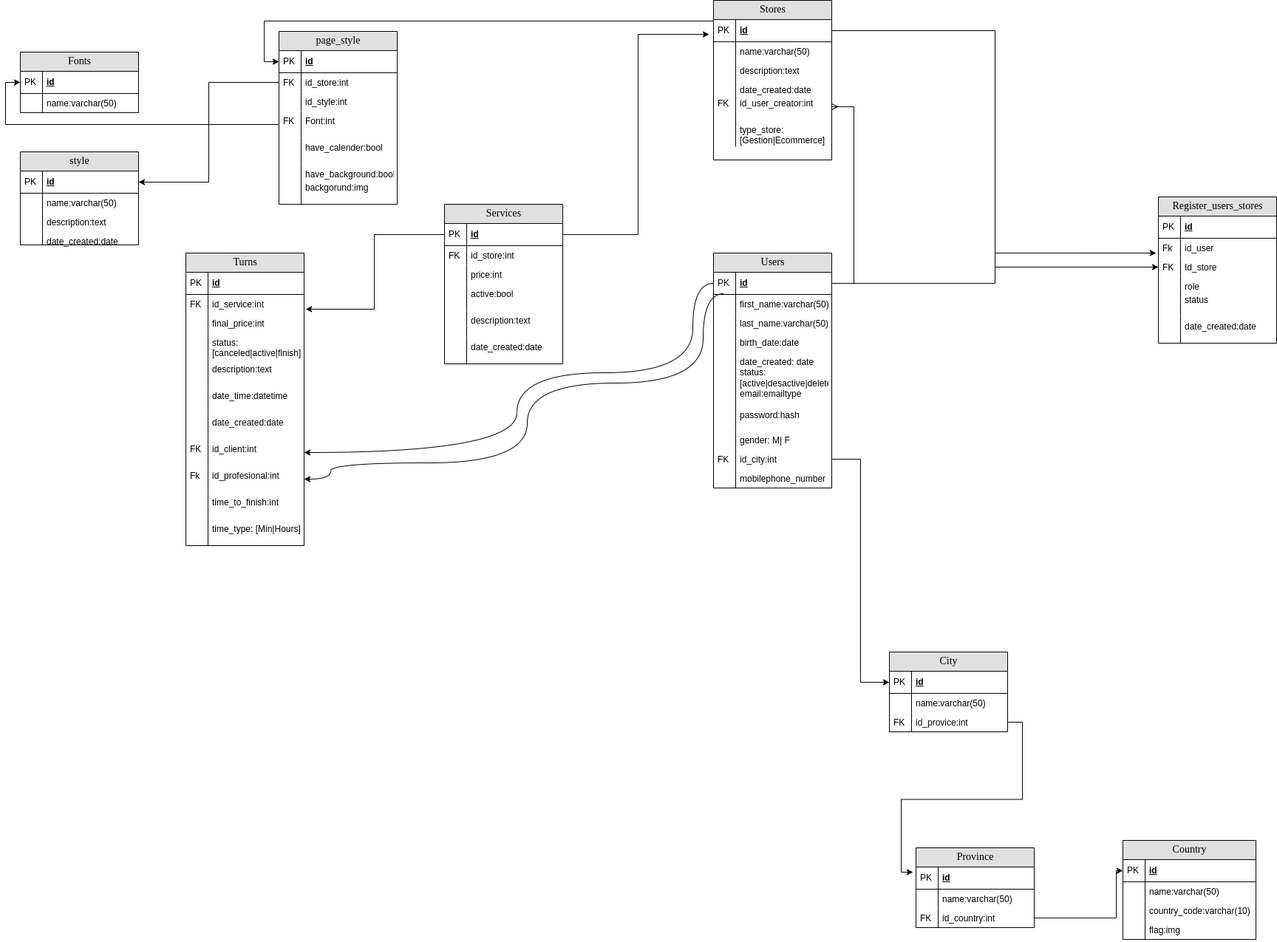
Before: Untitled Diagram.drawio.png, a diagram exported from draw.io (facundoarguello/santwuald_backend). Source tidied: cells renumbered, new cells last; positions are measured from the earlier drawing's top-left corner, leaving out a move shared by most shapes.
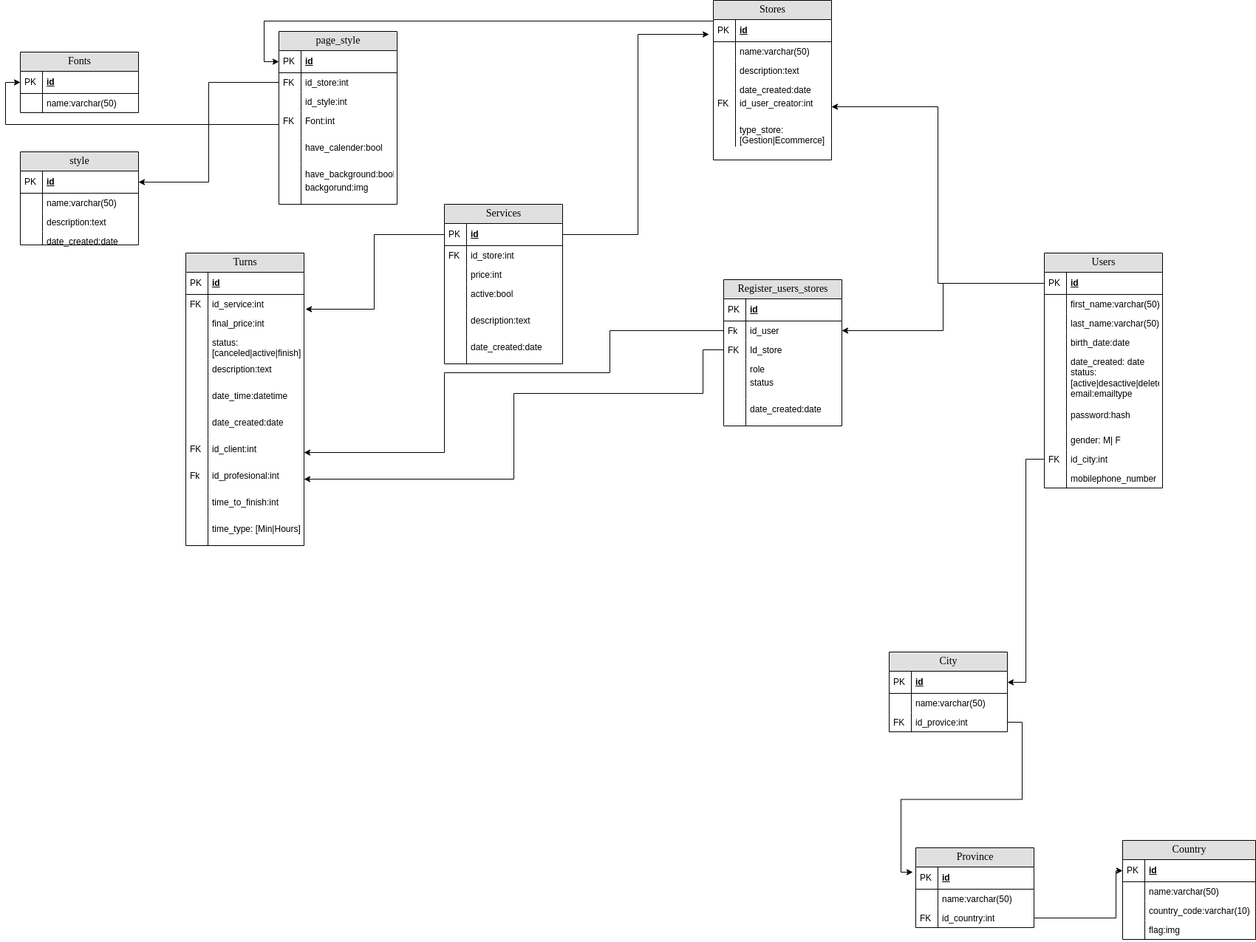
The same file after the commit.

The edit, as a diff of the source:
```diff
@@ -3,7 +3,7 @@
     <mxCell id="0" />
     <mxCell id="1" parent="0" />
     <mxCell id="2" value="Users" style="swimlane;html=1;fontStyle=0;horizontal=1;startSize=26;fillColor=#e0e0e0;swimlaneFillColor=#ffffff;align=center;rounded=0;shadow=0;comic=0;labelBackgroundColor=none;strokeWidth=1;fontFamily=Verdana;fontSize=14;" parent="1" vertex="1">
-      <mxGeometry x="938" y="342" width="160" height="318" as="geometry" />
+      <mxGeometry x="1386" y="342" width="160" height="318" as="geometry" />
     </mxCell>
     <mxCell id="3" value="id" style="shape=partialRectangle;top=0;left=0;right=0;bottom=1;html=1;align=left;verticalAlign=middle;fillColor=none;spacingLeft=34;spacingRight=4;whiteSpace=wrap;overflow=hidden;points=[[0,0.5],[1,0.5]];portConstraint=eastwest;fontStyle=5;" parent="2" vertex="1">
       <mxGeometry y="26" width="160" height="30" as="geometry" />
@@ -175,9 +175,6 @@
     <mxCell id="57" style="shape=partialRectangle;top=0;left=0;bottom=0;html=1;fillColor=none;align=left;verticalAlign=top;spacingLeft=4;spacingRight=4;whiteSpace=wrap;overflow=hidden;" parent="56" vertex="1">
       <mxGeometry width="30" height="36" as="geometry" />
     </mxCell>
-    <mxCell id="58" style="edgeStyle=entityRelationEdgeStyle;rounded=0;jettySize=auto;html=1;exitX=1;exitY=0.5;exitDx=0;exitDy=0;endArrow=ERmany;endFill=0;" parent="1" edge="1" source="3" target="54">
-      <mxGeometry relative="1" as="geometry" />
-    </mxCell>
     <mxCell id="59" value="style" style="swimlane;html=1;fontStyle=0;horizontal=1;startSize=26;fillColor=#e0e0e0;swimlaneFillColor=#ffffff;align=center;rounded=0;shadow=0;comic=0;labelBackgroundColor=none;strokeWidth=1;fontFamily=Verdana;fontSize=14;" parent="1" vertex="1">
       <mxGeometry y="205" width="160" height="126" as="geometry" />
     </mxCell>
@@ -279,7 +276,7 @@
       </mxGeometry>
     </mxCell>
     <mxCell id="90" value="Register_users_stores" style="swimlane;html=1;fontStyle=0;horizontal=1;startSize=26;fillColor=#e0e0e0;swimlaneFillColor=#ffffff;align=center;rounded=0;shadow=0;comic=0;labelBackgroundColor=none;strokeWidth=1;fontFamily=Verdana;fontSize=14;" parent="1" vertex="1">
-      <mxGeometry x="1540" y="266" width="160" height="198" as="geometry" />
+      <mxGeometry x="952" y="378" width="160" height="198" as="geometry" />
     </mxCell>
     <mxCell id="91" value="id" style="shape=partialRectangle;top=0;left=0;right=0;bottom=1;html=1;align=left;verticalAlign=middle;fillColor=none;spacingLeft=34;spacingRight=4;whiteSpace=wrap;overflow=hidden;fontStyle=5;" parent="90" vertex="1">
       <mxGeometry y="26" width="160" height="30" as="geometry" />
@@ -317,12 +314,9 @@
     <mxCell id="102" style="shape=partialRectangle;top=0;left=0;bottom=0;html=1;fillColor=none;align=left;verticalAlign=top;spacingLeft=4;spacingRight=4;whiteSpace=wrap;overflow=hidden;" parent="101" vertex="1">
       <mxGeometry width="30" height="36" as="geometry" />
     </mxCell>
-    <mxCell id="103" style="edgeStyle=orthogonalEdgeStyle;rounded=0;jettySize=auto;html=1;entryX=-0.019;entryY=0.769;entryDx=0;entryDy=0;entryPerimeter=0;" parent="1" edge="1" source="3" target="93">
+    <mxCell id="103" style="edgeStyle=orthogonalEdgeStyle;rounded=0;jettySize=auto;html=1;entryX=1;entryY=0.5;entryDx=0;entryDy=0;" parent="1" edge="1" source="3" target="93">
       <mxGeometry relative="1" as="geometry" />
     </mxCell>
-    <mxCell id="104" style="edgeStyle=orthogonalEdgeStyle;rounded=0;jettySize=auto;html=1;entryX=0;entryY=0.5;entryDx=0;entryDy=0;" parent="1" edge="1" source="46" target="95">
-      <mxGeometry relative="1" as="geometry" />
-    </mxCell>
     <mxCell id="105" style="edgeStyle=orthogonalEdgeStyle;rounded=0;jettySize=auto;html=1;entryX=1;entryY=0.5;entryDx=0;entryDy=0;" parent="1" edge="1" source="71" target="60">
       <mxGeometry relative="1" as="geometry" />
     </mxCell>
@@ -440,28 +434,28 @@
     <mxCell id="143" style="edgeStyle=orthogonalEdgeStyle;rounded=0;jettySize=auto;html=1;entryX=1.013;entryY=0.769;entryDx=0;entryDy=0;entryPerimeter=0;" parent="1" edge="1" source="107" target="123">
       <mxGeometry relative="1" as="geometry" />
     </mxCell>
-    <mxCell id="144" style="edgeStyle=orthogonalEdgeStyle;rounded=0;jettySize=auto;html=1;entryX=1;entryY=0.5;entryDx=0;entryDy=0;curved=1;exitX=0;exitY=0.5;exitDx=0;exitDy=0;" parent="1" edge="1" source="3" target="135">
-      <mxGeometry relative="1" as="geometry">
-        <Array as="points">
-          <mxPoint x="910" y="383" />
-          <mxPoint x="910" y="504" />
-          <mxPoint x="672" y="504" />
-          <mxPoint x="672" y="612" />
-        </Array>
-      </mxGeometry>
-    </mxCell>
-    <mxCell id="145" style="edgeStyle=orthogonalEdgeStyle;rounded=0;jettySize=auto;html=1;curved=1;exitX=0;exitY=0.5;exitDx=0;exitDy=0;entryX=1;entryY=0.5;entryDx=0;entryDy=0;" parent="1" edge="1" target="137">
-      <mxGeometry relative="1" as="geometry">
-        <mxPoint x="952" y="397" as="sourcePoint" />
-        <Array as="points">
-          <mxPoint x="924" y="397" />
-          <mxPoint x="924" y="518" />
-          <mxPoint x="686" y="518" />
-          <mxPoint x="686" y="626" />
-          <mxPoint x="420" y="626" />
-          <mxPoint x="420" y="648" />
-        </Array>
-      </mxGeometry>
-    </mxCell>
+    <mxCell id="58" style="edgeStyle=orthogonalEdgeStyle;rounded=0;jettySize=auto;html=1;" parent="1" edge="1" source="3" target="54">
+      <mxGeometry relative="1" as="geometry" />
+    </mxCell>
+    <mxCell id="146" style="edgeStyle=orthogonalEdgeStyle;rounded=0;jettySize=auto;html=1;" parent="1" edge="1" source="93" target="135">
+      <mxGeometry relative="1" as="geometry">
+        <Array as="points">
+          <mxPoint x="798" y="447" />
+          <mxPoint x="798" y="504" />
+          <mxPoint x="574" y="504" />
+          <mxPoint x="574" y="612" />
+        </Array>
+      </mxGeometry>
+    </mxCell>
+    <mxCell id="147" style="edgeStyle=orthogonalEdgeStyle;rounded=0;jettySize=auto;html=1;" parent="1" edge="1" source="95" target="137">
+      <mxGeometry relative="1" as="geometry">
+        <Array as="points">
+          <mxPoint x="924" y="473" />
+          <mxPoint x="924" y="532" />
+          <mxPoint x="668" y="532" />
+          <mxPoint x="668" y="648" />
+        </Array>
+      </mxGeometry>
+    </mxCell>
   </root>
 </mxGraphModel>
```
